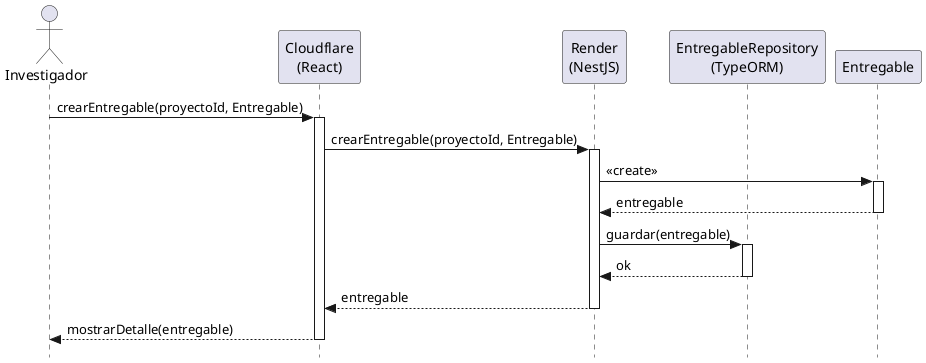
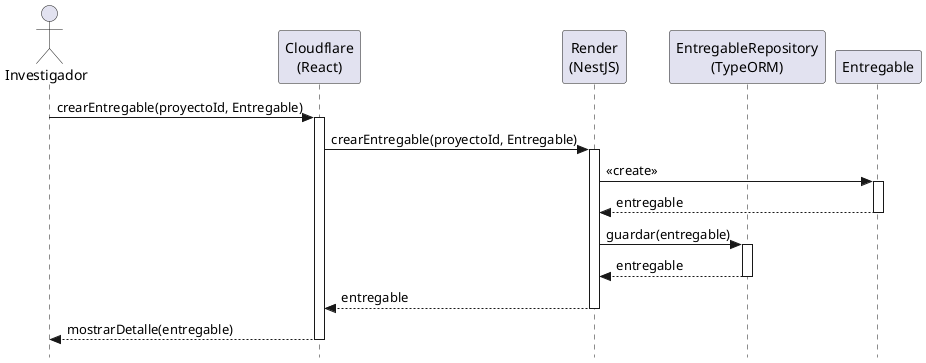
@startuml crearEntregable-diseño
skinparam style strictuml
skinparam backgroundColor white
skinparam shadowing false

actor Investigador
participant "Cloudflare\n(React)" as View
participant "Render\n(NestJS)" as Controller
participant "EntregableRepository\n(TypeORM)" as Repo
participant "Entregable" as Entregable

Investigador -> View: crearEntregable(proyectoId, Entregable)
activate View

View -> Controller: crearEntregable(proyectoId, Entregable)
activate Controller

Controller -> Entregable: <<create>>
activate Entregable

Entregable --> Controller: entregable
deactivate Entregable

Controller -> Repo: guardar(entregable)
activate Repo

- Repo --> Controller: ok
+ Repo --> Controller: entregable
deactivate Repo

Controller --> View: entregable
deactivate Controller

View --> Investigador: mostrarDetalle(entregable)
deactivate View
- @enduml+ @enduml
